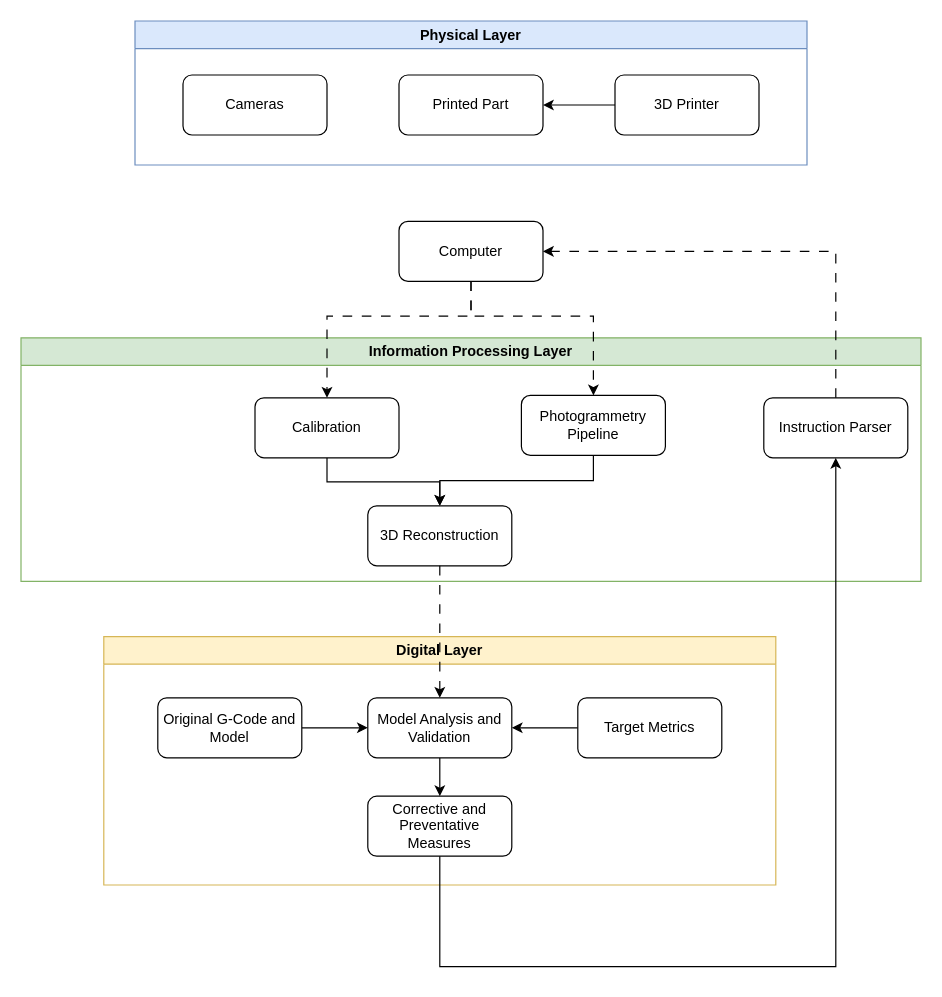
Earlier version of the draw.io diagram FLOW.drawio (jameswalter12/MEng-Project-). Source tidied: cells renumbered, new cells numbered last; positions are measured from the earlier drawing's top-left corner, leaving out a move shared by most shapes. Both pictures are drawn from the tidied source at 120%, with x=0, y=0 at pixel (20, 20).
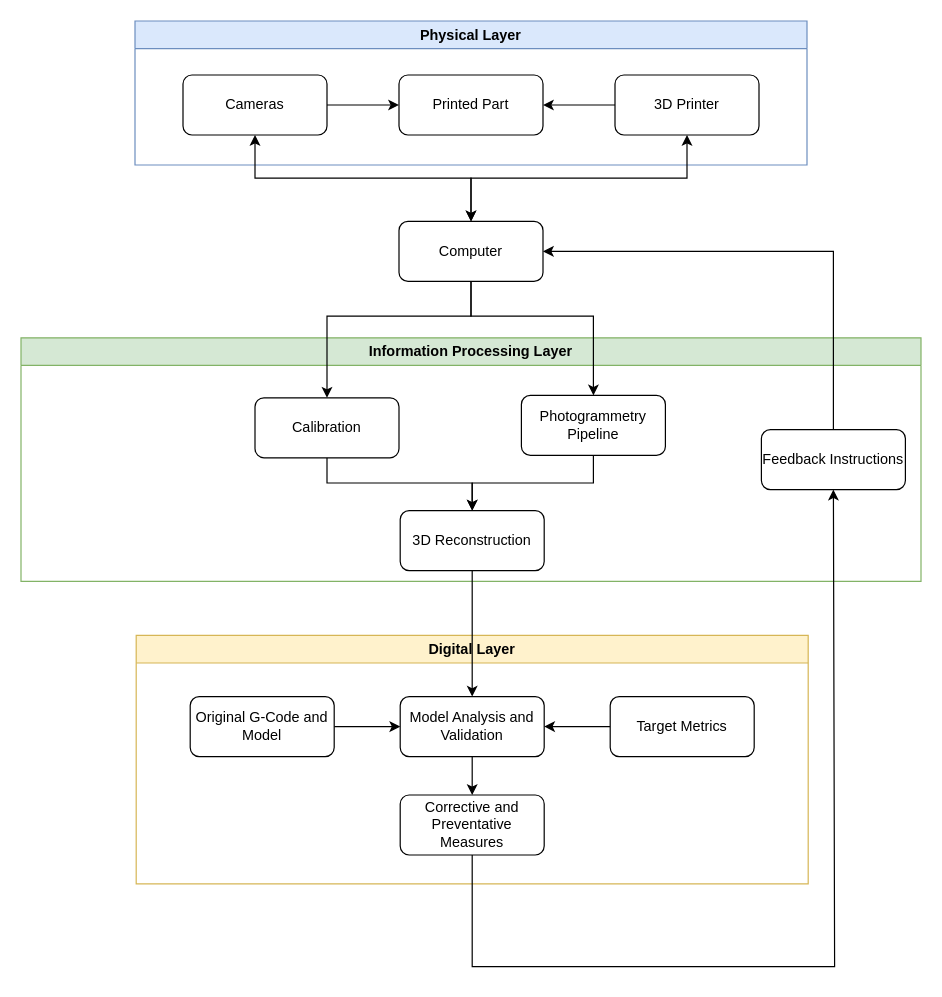
After the change.

The change refers to these unchanged cells:
```xml
<mxCell id="4" value="Physical Layer" style="swimlane;whiteSpace=wrap;html=1;startSize=23;fillColor=#dae8fc;strokeColor=#6c8ebf;" parent="1" vertex="1">
  <mxGeometry x="95" width="560" height="120" as="geometry" />
</mxCell>
<mxCell id="5" value="Cameras" style="rounded=1;whiteSpace=wrap;html=1;fillColor=#ffffff;strokeColor=#000000;" parent="4" vertex="1">
  <mxGeometry x="40" y="45" width="120" height="50" as="geometry" />
</mxCell>
<mxCell id="6" value="Printed Part" style="rounded=1;whiteSpace=wrap;html=1;fillColor=#ffffff;strokeColor=#000000;" parent="4" vertex="1">
  <mxGeometry x="220" y="45" width="120" height="50" as="geometry" />
</mxCell>
<mxCell id="8" value="3D Printer" style="rounded=1;whiteSpace=wrap;html=1;fillColor=#ffffff;strokeColor=#000000;" parent="4" vertex="1">
  <mxGeometry x="400" y="45" width="120" height="50" as="geometry" />
</mxCell>
<mxCell id="9" value="Information Processing Layer" style="swimlane;whiteSpace=wrap;html=1;startSize=23;fillColor=#d5e8d4;strokeColor=#82b366;" parent="1" vertex="1">
  <mxGeometry y="264" width="750" height="203" as="geometry" />
</mxCell>
<mxCell id="11" value="Calibration" style="rounded=1;whiteSpace=wrap;html=1;fillColor=#ffffff;strokeColor=#000000;" parent="9" vertex="1">
  <mxGeometry x="195" y="50" width="120" height="50" as="geometry" />
</mxCell>
<mxCell id="13" value="Photogrammetry Pipeline" style="rounded=1;whiteSpace=wrap;html=1;fillColor=#ffffff;strokeColor=#000000;" parent="9" vertex="1">
  <mxGeometry x="417" y="48" width="120" height="50" as="geometry" />
</mxCell>
<mxCell id="18" value="Model Analysis and Validation" style="rounded=1;whiteSpace=wrap;html=1;fillColor=#ffffff;strokeColor=#000000;" parent="16" vertex="1">
  <mxGeometry x="220" y="51" width="120" height="50" as="geometry" />
</mxCell>
<mxCell id="23" value="Corrective and Preventative Measures" style="rounded=1;whiteSpace=wrap;html=1;fillColor=#ffffff;strokeColor=#000000;" parent="16" vertex="1">
  <mxGeometry x="220" y="133" width="120" height="50" as="geometry" />
</mxCell>
<mxCell id="26" value="Computer" style="rounded=1;whiteSpace=wrap;html=1;fillColor=#ffffff;strokeColor=#000000;" parent="1" vertex="1">
  <mxGeometry x="315" y="167" width="120" height="50" as="geometry" />
</mxCell>
```

Change to the diagram source:
```diff
@@
     <mxCell id="2" style="edgeStyle=none;curved=1;rounded=0;orthogonalLoop=1;jettySize=auto;html=1;exitX=1;exitY=0.5;exitDx=0;exitDy=0;entryX=0;entryY=0.5;entryDx=0;entryDy=0;fontSize=12;startSize=8;endSize=8;" parent="1" edge="1">
       <mxGeometry relative="1" as="geometry">
-        <mxPoint x="569" y="183" as="sourcePoint" />
+        <mxPoint x="542" y="183" as="sourcePoint" />
       </mxGeometry>
     </mxCell>
     <mxCell id="3" style="edgeStyle=none;curved=1;rounded=0;orthogonalLoop=1;jettySize=auto;html=1;exitX=1;exitY=0.5;exitDx=0;exitDy=0;entryX=0;entryY=0.5;entryDx=0;entryDy=0;fontSize=12;startSize=8;endSize=8;" parent="1" edge="1">
       <mxGeometry relative="1" as="geometry">
-        <mxPoint x="829" y="633" as="sourcePoint" />
+        <mxPoint x="802" y="633" as="sourcePoint" />
       </mxGeometry>
     </mxCell>
@@
+    <mxCell id="30" style="edgeStyle=orthogonalEdgeStyle;rounded=0;jettySize=auto;html=1;exitX=1;exitY=0.5;exitDx=0;exitDy=0;entryX=0;entryY=0.5;entryDx=0;entryDy=0;elbow=vertical;" parent="4" edge="1" source="5" target="6">
+      <mxGeometry relative="1" as="geometry" />
+    </mxCell>
@@
     <mxCell id="10" style="edgeStyle=orthogonalEdgeStyle;rounded=0;jettySize=auto;html=1;exitX=0.5;exitY=1;exitDx=0;exitDy=0;entryX=0.5;entryY=0;entryDx=0;entryDy=0;elbow=vertical;" parent="9" edge="1" source="11" target="14">
-      <mxGeometry relative="1" as="geometry" />
+      <mxGeometry relative="1" as="geometry">
+        <Array as="points">
+          <mxPoint x="255" y="121" />
+          <mxPoint x="376" y="121" />
+        </Array>
+      </mxGeometry>
     </mxCell>
@@
     <mxCell id="14" value="3D Reconstruction" style="rounded=1;whiteSpace=wrap;html=1;fillColor=#ffffff;strokeColor=#000000;" parent="9" vertex="1">
-      <mxGeometry x="289" y="140" width="120" height="50" as="geometry" />
+      <mxGeometry x="316" y="144" width="120" height="50" as="geometry" />
     </mxCell>
-    <mxCell id="15" value="Instruction Parser" style="rounded=1;whiteSpace=wrap;html=1;fillColor=#ffffff;strokeColor=#000000;" parent="9" vertex="1">
-      <mxGeometry x="619" y="50" width="120" height="50" as="geometry" />
+    <mxCell id="15" value="Feedback Instructions" style="rounded=1;whiteSpace=wrap;html=1;fillColor=#ffffff;strokeColor=#000000;" parent="9" vertex="1">
+      <mxGeometry x="617" y="76.5" width="120" height="50" as="geometry" />
     </mxCell>
     <mxCell id="16" value="Digital Layer" style="swimlane;whiteSpace=wrap;html=1;startSize=23;fillColor=#fff2cc;strokeColor=#d6b656;" parent="1" vertex="1">
-      <mxGeometry x="69" y="513" width="560" height="207" as="geometry" />
+      <mxGeometry x="96" y="512" width="560" height="207" as="geometry" />
     </mxCell>
@@
-    <mxCell id="24" style="edgeStyle=orthogonalEdgeStyle;rounded=0;jettySize=auto;html=1;exitX=0.5;exitY=1;exitDx=0;exitDy=0;entryX=0.5;entryY=0;entryDx=0;entryDy=0;elbow=vertical;dashed=1;dashPattern=8 8;" parent="1" edge="1" source="26" target="11">
+    <mxCell id="24" style="edgeStyle=orthogonalEdgeStyle;rounded=0;jettySize=auto;html=1;exitX=0.5;exitY=1;exitDx=0;exitDy=0;entryX=0.5;entryY=0;entryDx=0;entryDy=0;elbow=vertical;" parent="1" edge="1" source="26" target="11">
       <mxGeometry relative="1" as="geometry">
         <Array as="points">
           <mxPoint x="375" y="246" />
           <mxPoint x="255" y="246" />
         </Array>
       </mxGeometry>
     </mxCell>
-    <mxCell id="25" style="edgeStyle=orthogonalEdgeStyle;rounded=0;jettySize=auto;html=1;exitX=0.5;exitY=1;exitDx=0;exitDy=0;entryX=0.5;entryY=0;entryDx=0;entryDy=0;elbow=vertical;dashed=1;dashPattern=8 8;" parent="1" edge="1" source="26" target="13">
+    <mxCell id="25" style="edgeStyle=orthogonalEdgeStyle;rounded=0;jettySize=auto;html=1;exitX=0.5;exitY=1;exitDx=0;exitDy=0;entryX=0.5;entryY=0;entryDx=0;entryDy=0;elbow=vertical;" parent="1" edge="1" source="26" target="13">
       <mxGeometry relative="1" as="geometry">
         <Array as="points">
           <mxPoint x="375" y="246" />
           <mxPoint x="477" y="246" />
         </Array>
       </mxGeometry>
     </mxCell>
+    <mxCell id="31" style="edgeStyle=orthogonalEdgeStyle;rounded=0;jettySize=auto;html=1;exitX=0.5;exitY=0;exitDx=0;exitDy=0;entryX=0.5;entryY=1;entryDx=0;entryDy=0;elbow=vertical;startArrow=classic;startFill=1;" parent="1" edge="1" source="26" target="8">
+      <mxGeometry relative="1" as="geometry" />
+    </mxCell>
@@
     <mxCell id="27" style="edgeStyle=orthogonalEdgeStyle;rounded=0;jettySize=auto;html=1;exitX=0.5;exitY=1;exitDx=0;exitDy=0;entryX=0.5;entryY=1;entryDx=0;entryDy=0;elbow=vertical;" parent="1" edge="1" source="23" target="15">
       <mxGeometry relative="1" as="geometry">
         <Array as="points">
-          <mxPoint x="356" y="788" />
-          <mxPoint x="643" y="788" />
+          <mxPoint x="376" y="788" />
+          <mxPoint x="678" y="788" />
+          <mxPoint x="678" y="391" />
         </Array>
       </mxGeometry>
     </mxCell>
-    <mxCell id="28" style="edgeStyle=orthogonalEdgeStyle;rounded=0;jettySize=auto;html=1;exitX=0.5;exitY=1;exitDx=0;exitDy=0;entryX=0.5;entryY=0;entryDx=0;entryDy=0;elbow=vertical;dashed=1;dashPattern=8 8;" parent="1" edge="1" source="14" target="18">
+    <mxCell id="28" style="edgeStyle=orthogonalEdgeStyle;rounded=0;jettySize=auto;html=1;exitX=0.5;exitY=1;exitDx=0;exitDy=0;entryX=0.5;entryY=0;entryDx=0;entryDy=0;elbow=vertical;" parent="1" edge="1" source="14" target="18">
       <mxGeometry relative="1" as="geometry" />
     </mxCell>
-    <mxCell id="29" style="edgeStyle=orthogonalEdgeStyle;rounded=0;jettySize=auto;html=1;exitX=0.5;exitY=0;exitDx=0;exitDy=0;entryX=1;entryY=0.5;entryDx=0;entryDy=0;elbow=vertical;dashed=1;dashPattern=8 8;" parent="1" edge="1" source="15" target="26">
+    <mxCell id="29" style="edgeStyle=orthogonalEdgeStyle;rounded=0;jettySize=auto;html=1;exitX=0.5;exitY=0;exitDx=0;exitDy=0;entryX=1;entryY=0.5;entryDx=0;entryDy=0;elbow=vertical;" parent="1" edge="1" source="15" target="26">
       <mxGeometry relative="1" as="geometry" />
     </mxCell>
+    <mxCell id="32" style="edgeStyle=orthogonalEdgeStyle;rounded=0;jettySize=auto;html=1;exitX=0.5;exitY=1;exitDx=0;exitDy=0;entryX=0.5;entryY=0;entryDx=0;entryDy=0;elbow=vertical;startArrow=classic;startFill=1;" parent="1" edge="1" source="5" target="26">
+      <mxGeometry relative="1" as="geometry" />
+    </mxCell>
```
